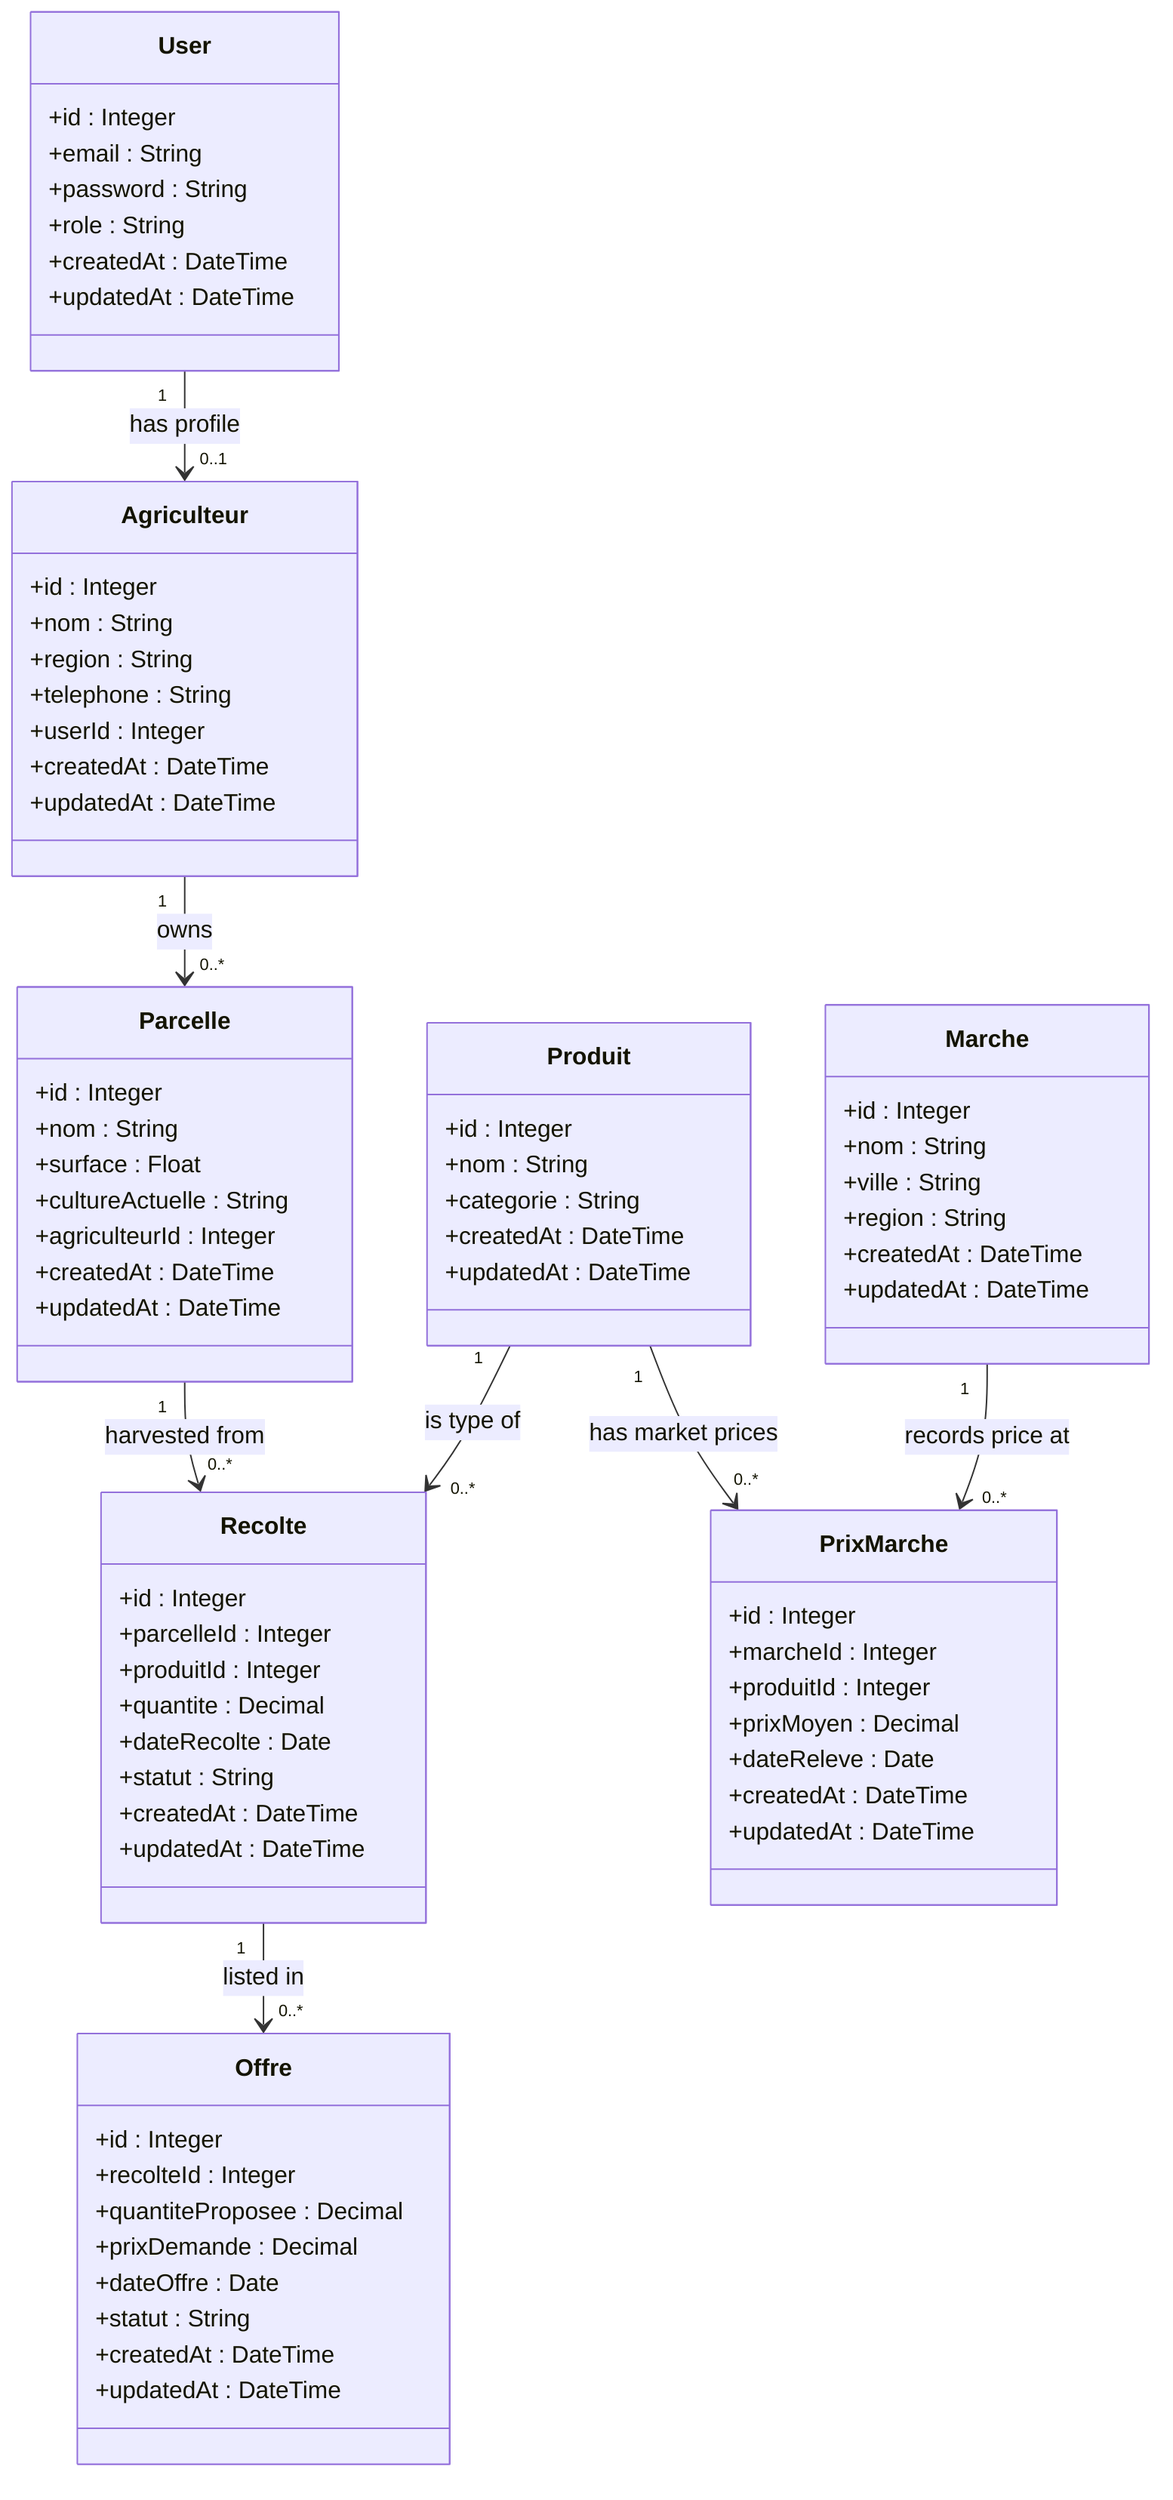
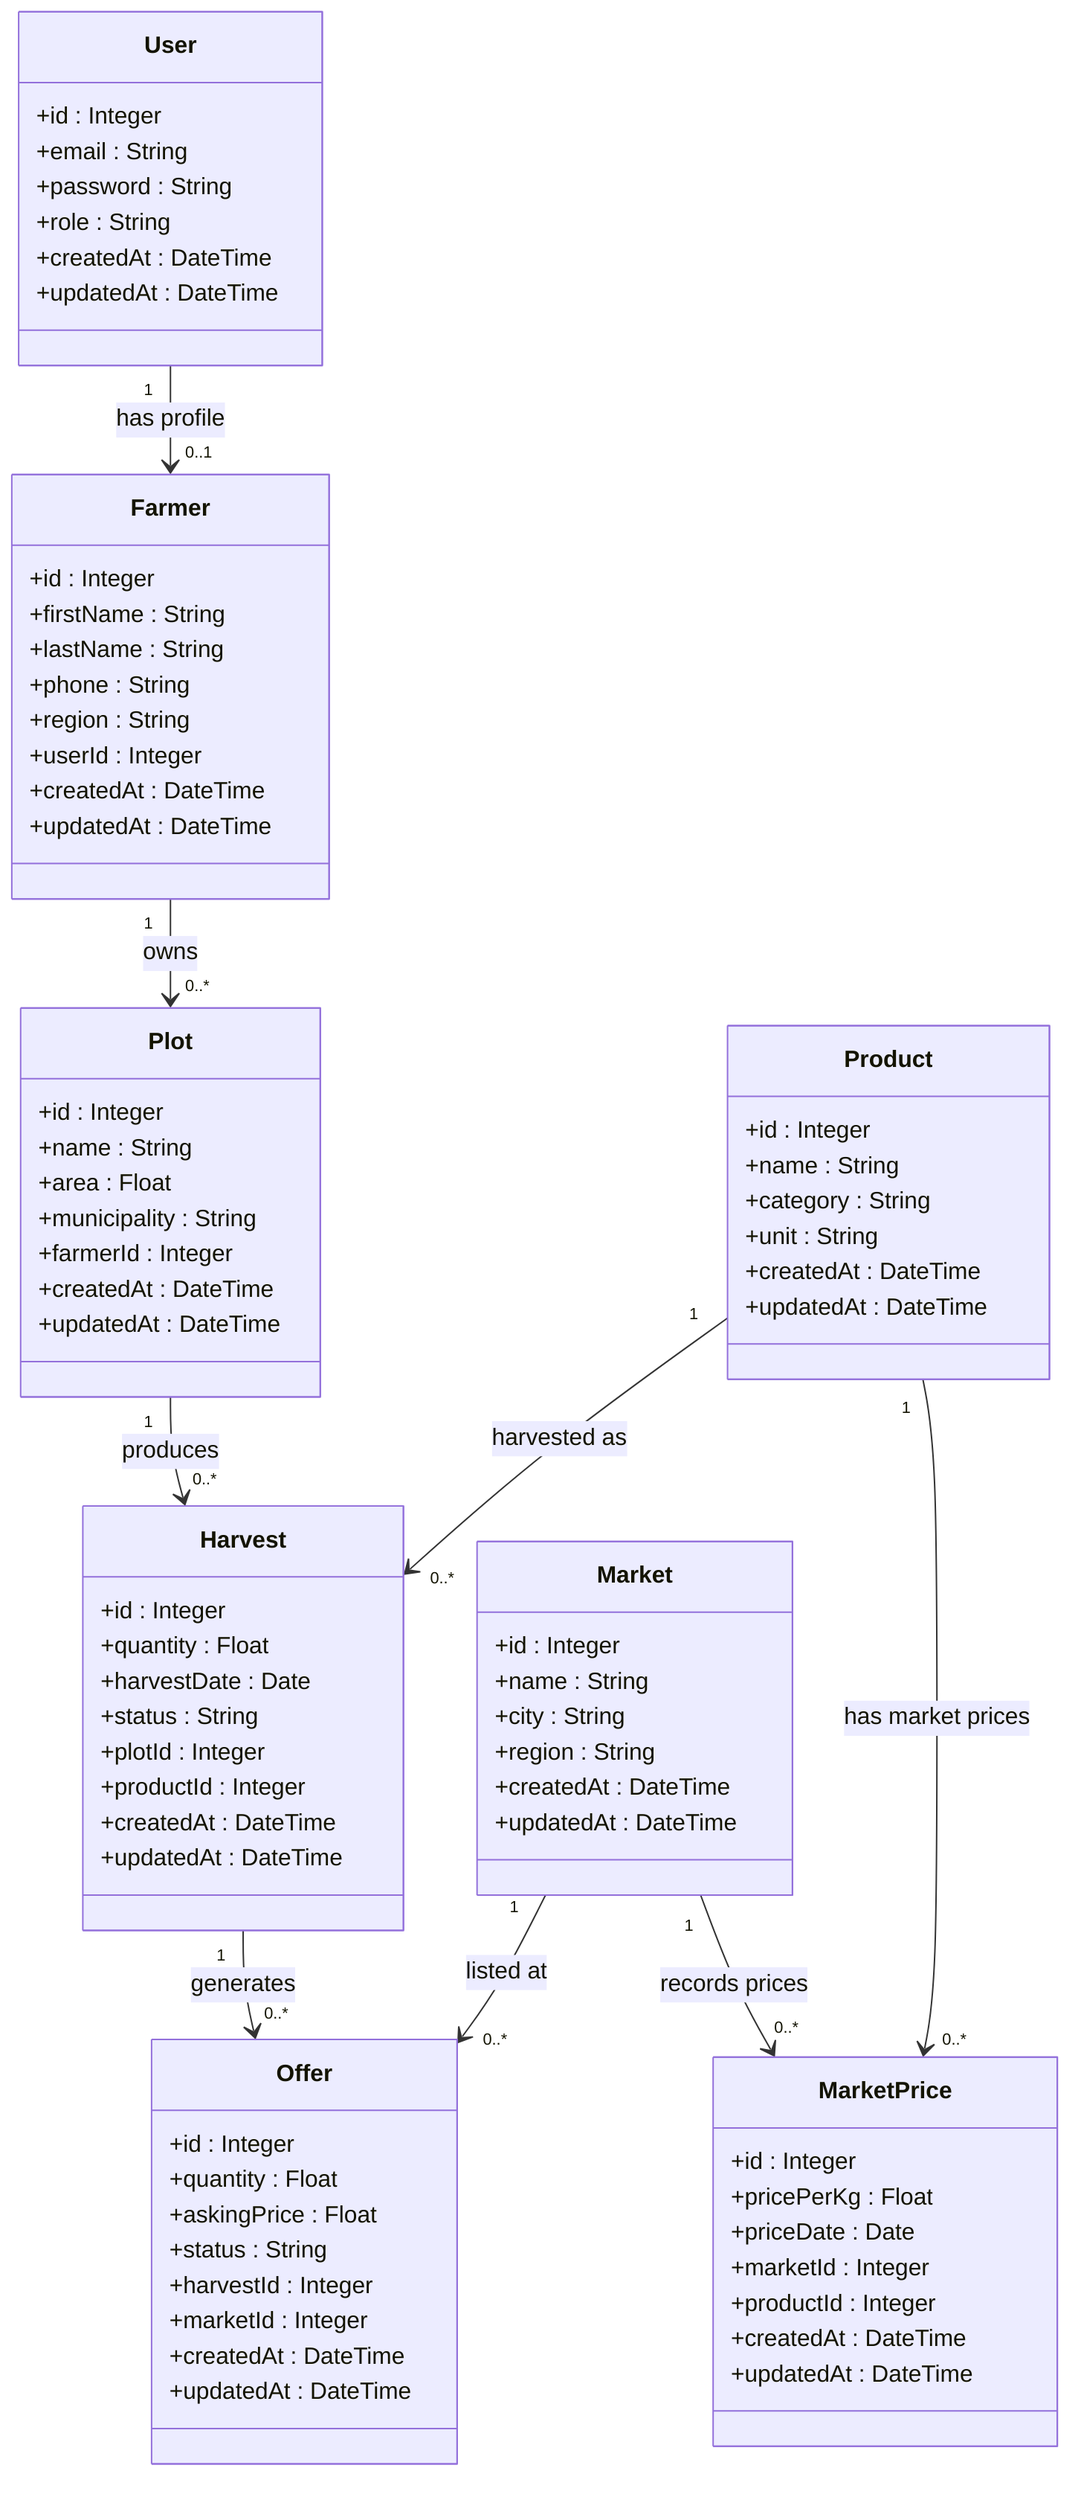
+ ```mermaid
classDiagram

class User {
    +id : Integer
    +email : String
    +password : String
    +role : String
    +createdAt : DateTime
    +updatedAt : DateTime
}

- class Agriculteur {
+ class Farmer {
    +id : Integer
-     +nom : String
+     +firstName : String
+     +lastName : String
+     +phone : String
    +region : String
-     +telephone : String
    +userId : Integer
    +createdAt : DateTime
    +updatedAt : DateTime
}

- class Parcelle {
+ class Plot {
    +id : Integer
-     +nom : String
-     +surface : Float
-     +cultureActuelle : String
-     +agriculteurId : Integer
+     +name : String
+     +area : Float
+     +municipality : String
+     +farmerId : Integer
    +createdAt : DateTime
    +updatedAt : DateTime
}

- class Produit {
+ class Product {
    +id : Integer
-     +nom : String
-     +categorie : String
+     +name : String
+     +category : String
+     +unit : String
    +createdAt : DateTime
    +updatedAt : DateTime
}

- class Marche {
+ class Harvest {
    +id : Integer
-     +nom : String
-     +ville : String
+     +quantity : Float
+     +harvestDate : Date
+     +status : String
+     +plotId : Integer
+     +productId : Integer
+     +createdAt : DateTime
+     +updatedAt : DateTime
+ }
+ 
+ class Market {
+     +id : Integer
+     +name : String
+     +city : String
    +region : String
    +createdAt : DateTime
    +updatedAt : DateTime
}

- class PrixMarche {
+ class MarketPrice {
    +id : Integer
-     +marcheId : Integer
-     +produitId : Integer
-     +prixMoyen : Decimal
-     +dateReleve : Date
+     +pricePerKg : Float
+     +priceDate : Date
+     +marketId : Integer
+     +productId : Integer
    +createdAt : DateTime
    +updatedAt : DateTime
}

- class Recolte {
+ class Offer {
    +id : Integer
-     +parcelleId : Integer
-     +produitId : Integer
-     +quantite : Decimal
-     +dateRecolte : Date
-     +statut : String
+     +quantity : Float
+     +askingPrice : Float
+     +status : String
+     +harvestId : Integer
+     +marketId : Integer
    +createdAt : DateTime
    +updatedAt : DateTime
}

- class Offre {
-     +id : Integer
-     +recolteId : Integer
-     +quantiteProposee : Decimal
-     +prixDemande : Decimal
-     +dateOffre : Date
-     +statut : String
-     +createdAt : DateTime
-     +updatedAt : DateTime
- }
- 
- User "1" --> "0..1" Agriculteur : has profile
- Agriculteur "1" --> "0..*" Parcelle : owns
- Parcelle "1" --> "0..*" Recolte : harvested from
- Produit "1" --> "0..*" Recolte : is type of
- Produit "1" --> "0..*" PrixMarche : has market prices
- Marche "1" --> "0..*" PrixMarche : records price at
- Recolte "1" --> "0..*" Offre : listed in+ User "1" --> "0..1" Farmer : has profile
+ Farmer "1" --> "0..*" Plot : owns
+ Plot "1" --> "0..*" Harvest : produces
+ Product "1" --> "0..*" Harvest : harvested as
+ Market "1" --> "0..*" MarketPrice : records prices
+ Product "1" --> "0..*" MarketPrice : has market prices
+ Harvest "1" --> "0..*" Offer : generates
+ Market "1" --> "0..*" Offer : listed at
+ ```